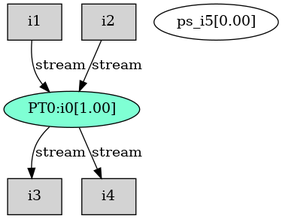
Earlier version of the Graphviz export Jacobi_AIE/Work/reports/TopGraph.png (lxy-littlechai/SVD). Its source is kept beside it as Jacobi_AIE/Work/reports/TopGraph.dot.
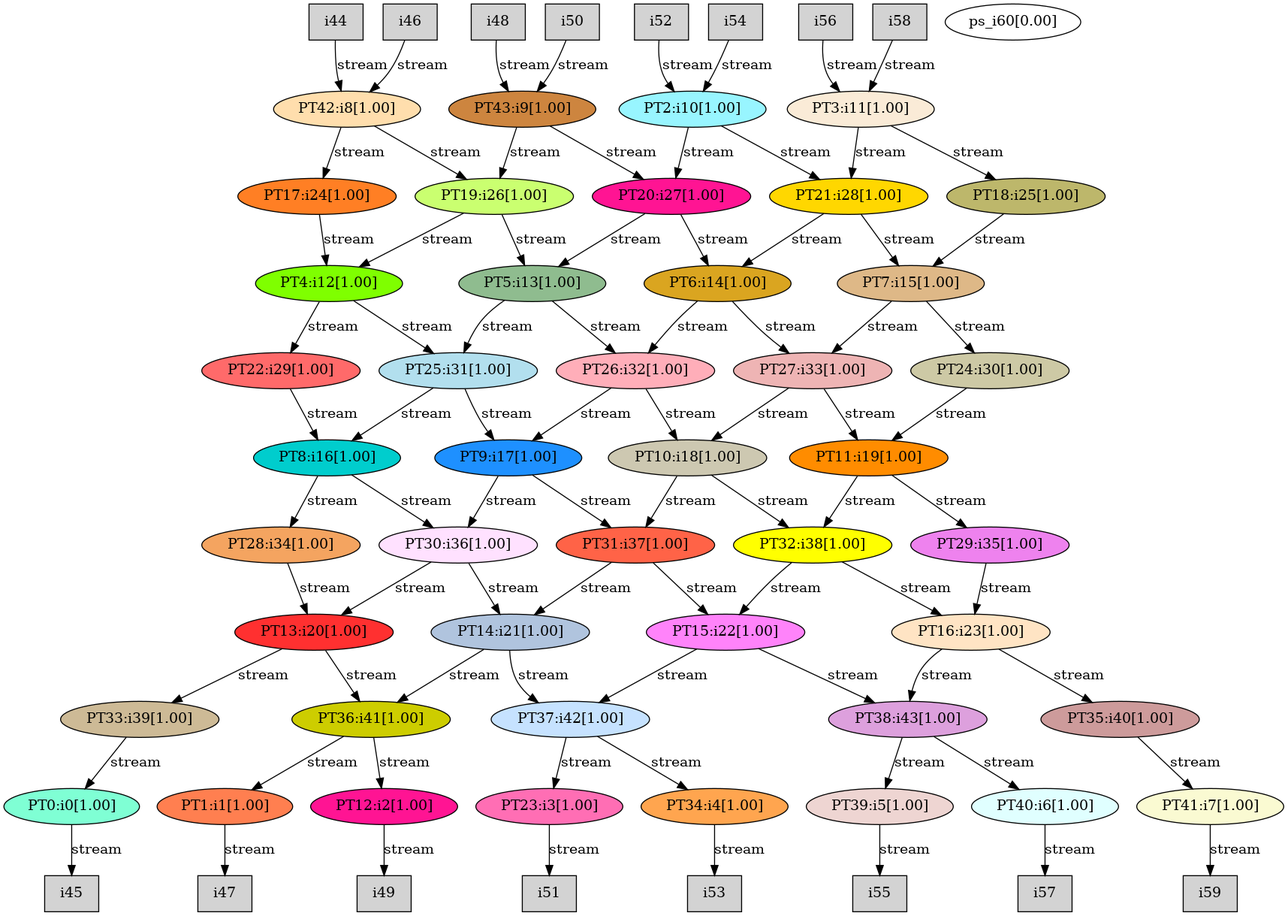
After the commit.

The edit, as a diff of the source:
```diff
@@ -1,12 +1,143 @@
 digraph root {
 "PT0:i0[1.00]" [style=filled, fillcolor=aquamarine];
-"i1" [shape=box style=filled, fillcolor=lightgrey];
-"i2" [shape=box style=filled, fillcolor=lightgrey];
-"i3" [shape=box style=filled, fillcolor=lightgrey];
-"i4" [shape=box style=filled, fillcolor=lightgrey];
-"ps_i5[0.00]";
-"i1" -> "PT0:i0[1.00]" [label="stream"];
-"i2" -> "PT0:i0[1.00]" [label="stream"];
-"PT0:i0[1.00]" -> "i3" [label="stream"];
-"PT0:i0[1.00]" -> "i4" [label="stream"];
+"PT1:i1[1.00]" [style=filled, fillcolor=coral];
+"PT12:i2[1.00]" [style=filled, fillcolor=deeppink];
+"PT23:i3[1.00]" [style=filled, fillcolor=hotpink1];
+"PT34:i4[1.00]" [style=filled, fillcolor=tan1];
+"PT39:i5[1.00]" [style=filled, fillcolor=mistyrose2];
+"PT40:i6[1.00]" [style=filled, fillcolor=lightcyan];
+"PT41:i7[1.00]" [style=filled, fillcolor=lightgoldenrodyellow];
+"PT42:i8[1.00]" [style=filled, fillcolor=navajowhite1];
+"PT43:i9[1.00]" [style=filled, fillcolor=peru];
+"PT2:i10[1.00]" [style=filled, fillcolor=cadetblue1];
+"PT3:i11[1.00]" [style=filled, fillcolor=antiquewhite];
+"PT4:i12[1.00]" [style=filled, fillcolor=chartreuse];
+"PT5:i13[1.00]" [style=filled, fillcolor=darkseagreen];
+"PT6:i14[1.00]" [style=filled, fillcolor=goldenrod];
+"PT7:i15[1.00]" [style=filled, fillcolor=burlywood];
+"PT8:i16[1.00]" [style=filled, fillcolor=cyan3];
+"PT9:i17[1.00]" [style=filled, fillcolor=dodgerblue];
+"PT10:i18[1.00]" [style=filled, fillcolor=cornsilk3];
+"PT11:i19[1.00]" [style=filled, fillcolor=darkorange];
+"PT13:i20[1.00]" [style=filled, fillcolor=firebrick1];
+"PT14:i21[1.00]" [style=filled, fillcolor=lightsteelblue];
+"PT15:i22[1.00]" [style=filled, fillcolor=orchid1];
+"PT16:i23[1.00]" [style=filled, fillcolor=bisque];
+"PT17:i24[1.00]" [style=filled, fillcolor=chocolate1];
+"PT18:i25[1.00]" [style=filled, fillcolor=darkkhaki];
+"PT19:i26[1.00]" [style=filled, fillcolor=darkolivegreen1];
+"PT20:i27[1.00]" [style=filled, fillcolor=deeppink];
+"PT21:i28[1.00]" [style=filled, fillcolor=gold];
+"PT22:i29[1.00]" [style=filled, fillcolor=indianred1];
+"PT24:i30[1.00]" [style=filled, fillcolor=lemonchiffon3];
+"PT25:i31[1.00]" [style=filled, fillcolor=lightblue2];
+"PT26:i32[1.00]" [style=filled, fillcolor=lightpink1];
+"PT27:i33[1.00]" [style=filled, fillcolor=rosybrown2];
+"PT28:i34[1.00]" [style=filled, fillcolor=sandybrown];
+"PT29:i35[1.00]" [style=filled, fillcolor=violet];
+"PT30:i36[1.00]" [style=filled, fillcolor=thistle1];
+"PT31:i37[1.00]" [style=filled, fillcolor=tomato];
+"PT32:i38[1.00]" [style=filled, fillcolor=yellow];
+"PT33:i39[1.00]" [style=filled, fillcolor=wheat3];
+"PT35:i40[1.00]" [style=filled, fillcolor=rosybrown3];
+"PT36:i41[1.00]" [style=filled, fillcolor=yellow3];
+"PT37:i42[1.00]" [style=filled, fillcolor=slategray1];
+"PT38:i43[1.00]" [style=filled, fillcolor=plum];
+"i44" [shape=box style=filled, fillcolor=lightgrey];
+"i45" [shape=box style=filled, fillcolor=lightgrey];
+"i46" [shape=box style=filled, fillcolor=lightgrey];
+"i47" [shape=box style=filled, fillcolor=lightgrey];
+"i48" [shape=box style=filled, fillcolor=lightgrey];
+"i49" [shape=box style=filled, fillcolor=lightgrey];
+"i50" [shape=box style=filled, fillcolor=lightgrey];
+"i51" [shape=box style=filled, fillcolor=lightgrey];
+"i52" [shape=box style=filled, fillcolor=lightgrey];
+"i53" [shape=box style=filled, fillcolor=lightgrey];
+"i54" [shape=box style=filled, fillcolor=lightgrey];
+"i55" [shape=box style=filled, fillcolor=lightgrey];
+"i56" [shape=box style=filled, fillcolor=lightgrey];
+"i57" [shape=box style=filled, fillcolor=lightgrey];
+"i58" [shape=box style=filled, fillcolor=lightgrey];
+"i59" [shape=box style=filled, fillcolor=lightgrey];
+"ps_i60[0.00]";
+"PT33:i39[1.00]" -> "PT0:i0[1.00]" [label="stream"];
+"PT0:i0[1.00]" -> "i45" [label="stream"];
+"PT36:i41[1.00]" -> "PT1:i1[1.00]" [label="stream"];
+"PT1:i1[1.00]" -> "i47" [label="stream"];
+"PT36:i41[1.00]" -> "PT12:i2[1.00]" [label="stream"];
+"PT12:i2[1.00]" -> "i49" [label="stream"];
+"PT37:i42[1.00]" -> "PT23:i3[1.00]" [label="stream"];
+"PT23:i3[1.00]" -> "i51" [label="stream"];
+"PT37:i42[1.00]" -> "PT34:i4[1.00]" [label="stream"];
+"PT34:i4[1.00]" -> "i53" [label="stream"];
+"PT38:i43[1.00]" -> "PT39:i5[1.00]" [label="stream"];
+"PT39:i5[1.00]" -> "i55" [label="stream"];
+"PT38:i43[1.00]" -> "PT40:i6[1.00]" [label="stream"];
+"PT40:i6[1.00]" -> "i57" [label="stream"];
+"PT35:i40[1.00]" -> "PT41:i7[1.00]" [label="stream"];
+"PT41:i7[1.00]" -> "i59" [label="stream"];
+"i44" -> "PT42:i8[1.00]" [label="stream"];
+"i46" -> "PT42:i8[1.00]" [label="stream"];
+"PT42:i8[1.00]" -> "PT19:i26[1.00]" [label="stream"];
+"PT42:i8[1.00]" -> "PT17:i24[1.00]" [label="stream"];
+"i48" -> "PT43:i9[1.00]" [label="stream"];
+"i50" -> "PT43:i9[1.00]" [label="stream"];
+"PT43:i9[1.00]" -> "PT20:i27[1.00]" [label="stream"];
+"PT43:i9[1.00]" -> "PT19:i26[1.00]" [label="stream"];
+"i52" -> "PT2:i10[1.00]" [label="stream"];
+"i54" -> "PT2:i10[1.00]" [label="stream"];
+"PT2:i10[1.00]" -> "PT21:i28[1.00]" [label="stream"];
+"PT2:i10[1.00]" -> "PT20:i27[1.00]" [label="stream"];
+"i56" -> "PT3:i11[1.00]" [label="stream"];
+"i58" -> "PT3:i11[1.00]" [label="stream"];
+"PT3:i11[1.00]" -> "PT18:i25[1.00]" [label="stream"];
+"PT3:i11[1.00]" -> "PT21:i28[1.00]" [label="stream"];
+"PT17:i24[1.00]" -> "PT4:i12[1.00]" [label="stream"];
+"PT19:i26[1.00]" -> "PT4:i12[1.00]" [label="stream"];
+"PT4:i12[1.00]" -> "PT25:i31[1.00]" [label="stream"];
+"PT4:i12[1.00]" -> "PT22:i29[1.00]" [label="stream"];
+"PT19:i26[1.00]" -> "PT5:i13[1.00]" [label="stream"];
+"PT20:i27[1.00]" -> "PT5:i13[1.00]" [label="stream"];
+"PT5:i13[1.00]" -> "PT26:i32[1.00]" [label="stream"];
+"PT5:i13[1.00]" -> "PT25:i31[1.00]" [label="stream"];
+"PT20:i27[1.00]" -> "PT6:i14[1.00]" [label="stream"];
+"PT21:i28[1.00]" -> "PT6:i14[1.00]" [label="stream"];
+"PT6:i14[1.00]" -> "PT27:i33[1.00]" [label="stream"];
+"PT6:i14[1.00]" -> "PT26:i32[1.00]" [label="stream"];
+"PT21:i28[1.00]" -> "PT7:i15[1.00]" [label="stream"];
+"PT18:i25[1.00]" -> "PT7:i15[1.00]" [label="stream"];
+"PT7:i15[1.00]" -> "PT24:i30[1.00]" [label="stream"];
+"PT7:i15[1.00]" -> "PT27:i33[1.00]" [label="stream"];
+"PT22:i29[1.00]" -> "PT8:i16[1.00]" [label="stream"];
+"PT25:i31[1.00]" -> "PT8:i16[1.00]" [label="stream"];
+"PT8:i16[1.00]" -> "PT30:i36[1.00]" [label="stream"];
+"PT8:i16[1.00]" -> "PT28:i34[1.00]" [label="stream"];
+"PT25:i31[1.00]" -> "PT9:i17[1.00]" [label="stream"];
+"PT26:i32[1.00]" -> "PT9:i17[1.00]" [label="stream"];
+"PT9:i17[1.00]" -> "PT31:i37[1.00]" [label="stream"];
+"PT9:i17[1.00]" -> "PT30:i36[1.00]" [label="stream"];
+"PT26:i32[1.00]" -> "PT10:i18[1.00]" [label="stream"];
+"PT27:i33[1.00]" -> "PT10:i18[1.00]" [label="stream"];
+"PT10:i18[1.00]" -> "PT32:i38[1.00]" [label="stream"];
+"PT10:i18[1.00]" -> "PT31:i37[1.00]" [label="stream"];
+"PT27:i33[1.00]" -> "PT11:i19[1.00]" [label="stream"];
+"PT24:i30[1.00]" -> "PT11:i19[1.00]" [label="stream"];
+"PT11:i19[1.00]" -> "PT29:i35[1.00]" [label="stream"];
+"PT11:i19[1.00]" -> "PT32:i38[1.00]" [label="stream"];
+"PT28:i34[1.00]" -> "PT13:i20[1.00]" [label="stream"];
+"PT30:i36[1.00]" -> "PT13:i20[1.00]" [label="stream"];
+"PT13:i20[1.00]" -> "PT36:i41[1.00]" [label="stream"];
+"PT13:i20[1.00]" -> "PT33:i39[1.00]" [label="stream"];
+"PT30:i36[1.00]" -> "PT14:i21[1.00]" [label="stream"];
+"PT31:i37[1.00]" -> "PT14:i21[1.00]" [label="stream"];
+"PT14:i21[1.00]" -> "PT37:i42[1.00]" [label="stream"];
+"PT14:i21[1.00]" -> "PT36:i41[1.00]" [label="stream"];
+"PT31:i37[1.00]" -> "PT15:i22[1.00]" [label="stream"];
+"PT32:i38[1.00]" -> "PT15:i22[1.00]" [label="stream"];
+"PT15:i22[1.00]" -> "PT38:i43[1.00]" [label="stream"];
+"PT15:i22[1.00]" -> "PT37:i42[1.00]" [label="stream"];
+"PT32:i38[1.00]" -> "PT16:i23[1.00]" [label="stream"];
+"PT29:i35[1.00]" -> "PT16:i23[1.00]" [label="stream"];
+"PT16:i23[1.00]" -> "PT35:i40[1.00]" [label="stream"];
+"PT16:i23[1.00]" -> "PT38:i43[1.00]" [label="stream"];
 }
```
